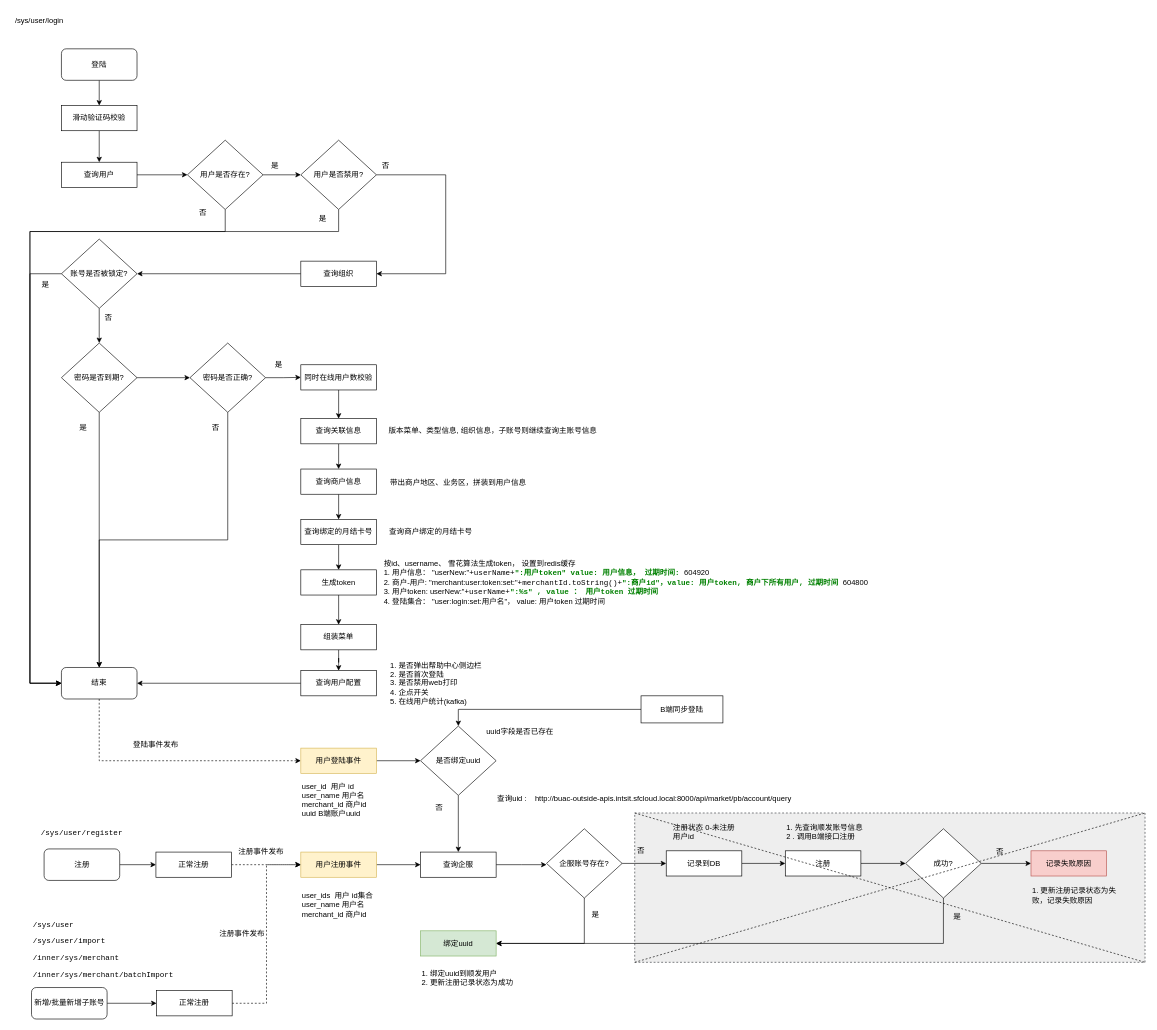
This is page "1.12" (13 of 14) of 导入.drawio from vvhard/draw_io, a draw.io file, before an edit. Source tidied: cells renumbered, new cells numbered last; positions are measured from the earlier drawing's top-left corner, leaving out a move shared by most shapes. Both pictures are drawn from the tidied source at 63%, with x=0, y=0 at pixel (11, 11).
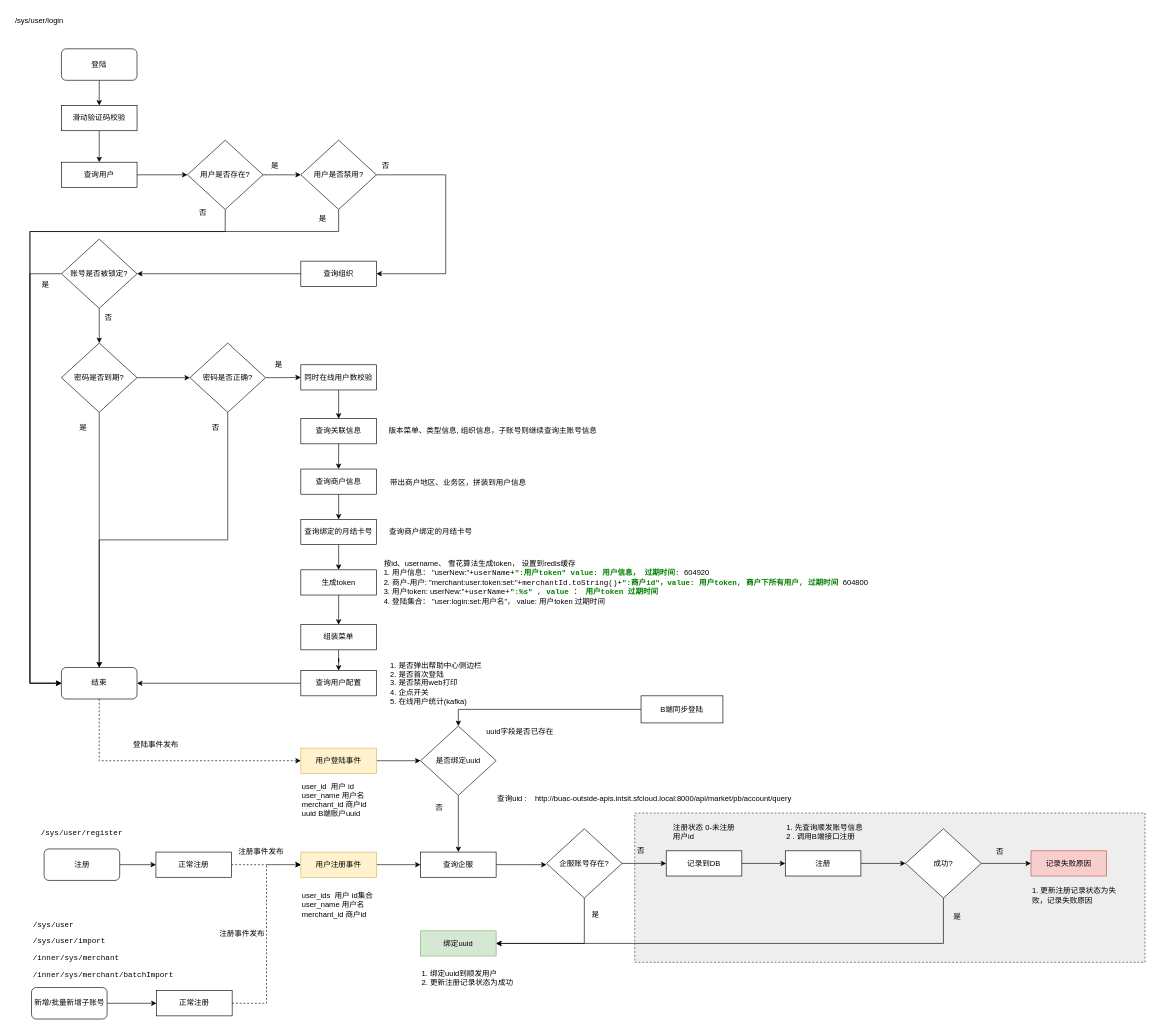
The same diagram, later.

The change refers to these unchanged cells:
```xml
<mxCell id="2" style="rounded=0;whiteSpace=wrap;html=1;fillColor=#eeeeee;dashed=1;strokeColor=#36393d;" parent="1" vertex="1">
  <mxGeometry x="990" y="1273" width="810" height="237" as="geometry" />
</mxCell>
```

What changed in the source:
```diff
@@
-    <mxCell id="103" style="endArrow=none;html=1;rounded=0;exitX=0;exitY=0;exitDx=0;exitDy=0;entryX=1;entryY=1;entryDx=0;entryDy=0;dashed=1;" parent="1" edge="1" source="2" target="2">
-      <mxGeometry relative="1" as="geometry" />
-    </mxCell>
-    <mxCell id="104" style="endArrow=none;html=1;rounded=0;exitX=0;exitY=1;exitDx=0;exitDy=0;entryX=1;entryY=0;entryDx=0;entryDy=0;dashed=1;" parent="1" edge="1" source="2" target="2">
-      <mxGeometry relative="1" as="geometry" />
-    </mxCell>
```
